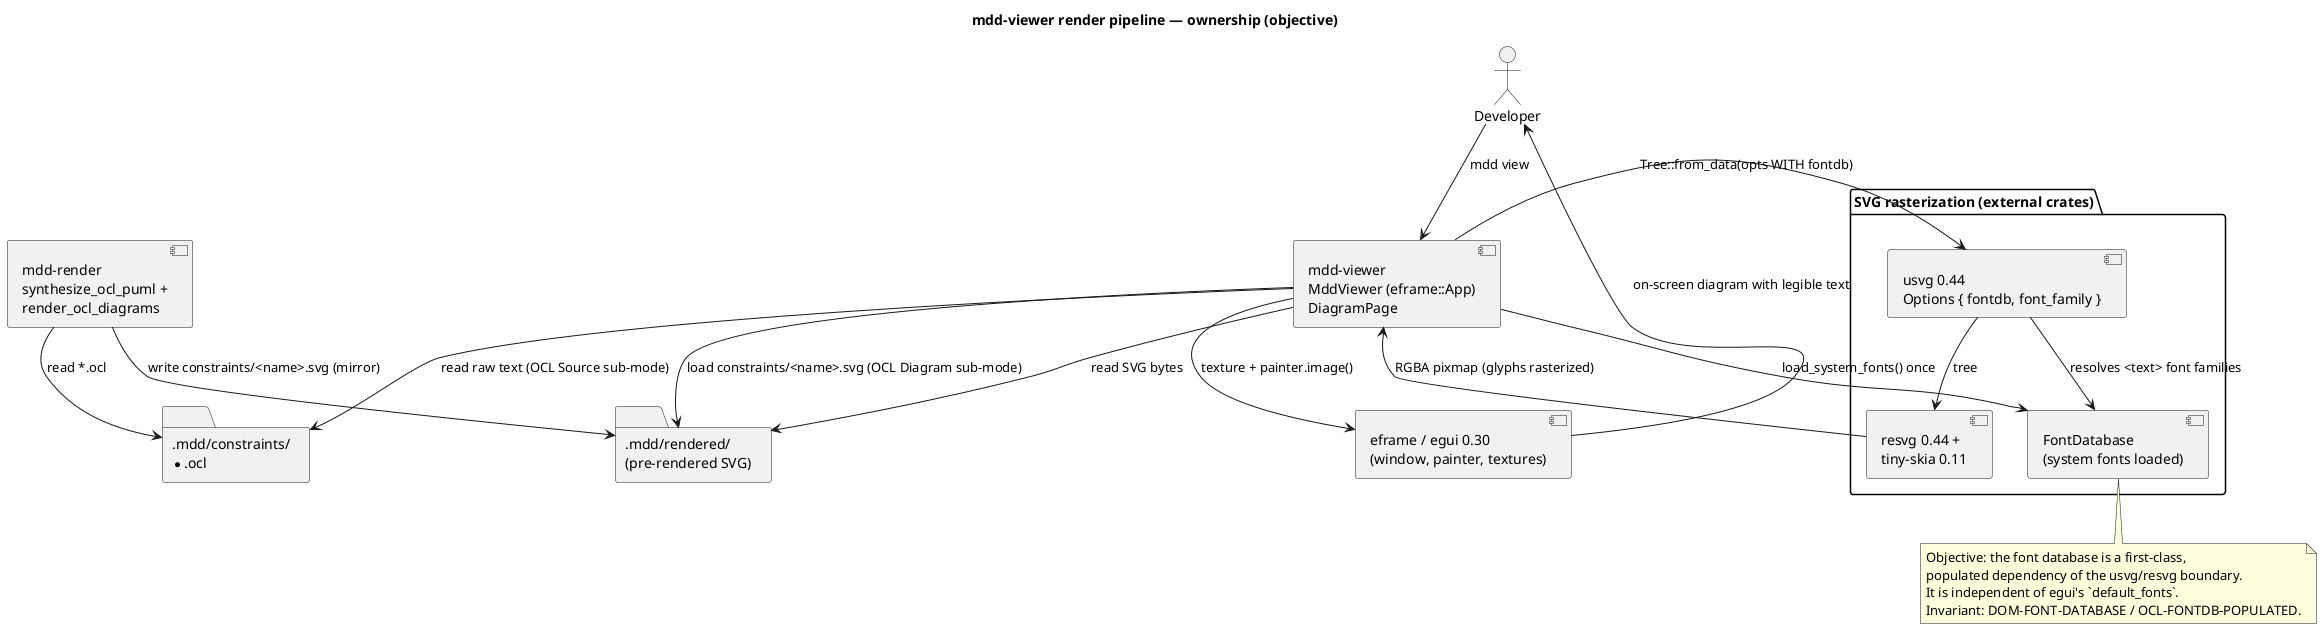
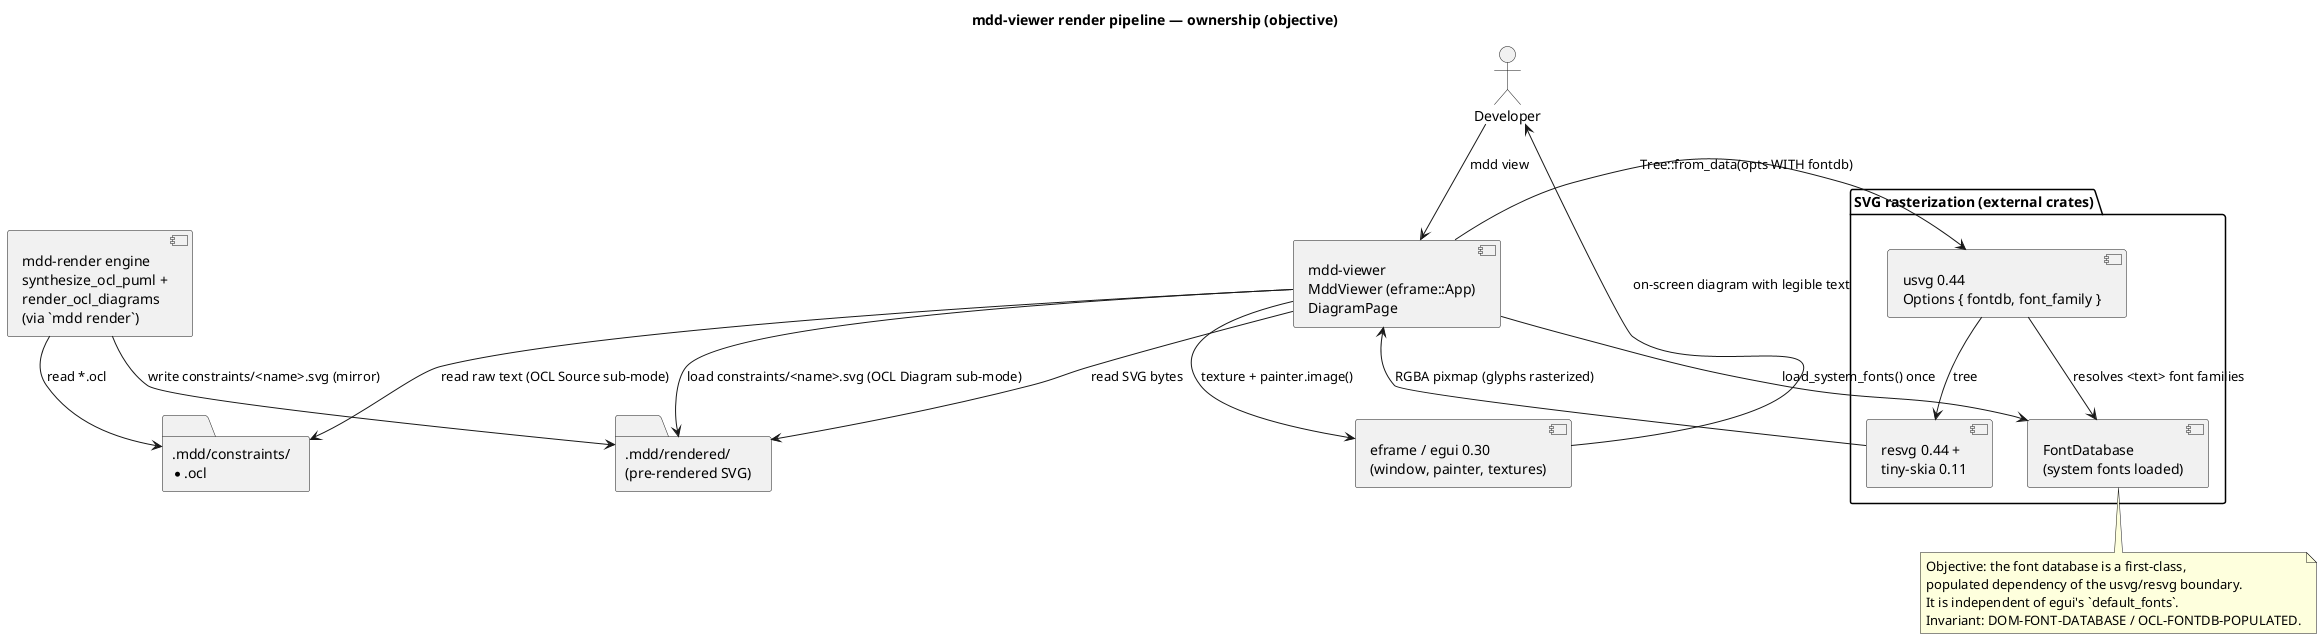
@startuml
' @id(CMP-VIEWER-RENDER-PIPELINE)
' @id(CMP-OCL-RENDER)
' @ref(USE-VIEW-DIAGRAMS)
' @ref(USE-VIEW-OCL)
+ ' @ref(DOM-RENDER-ENGINE)
' @desc(CMP-VIEWER-RENDER-PIPELINE, "mdd-viewer's pre-rendered-SVG consumer: reads SVG bytes and rasterizes them through usvg/resvg with a populated font database.")
- ' @desc(CMP-OCL-RENDER, "mdd-render OCL synthesizer: turns an .ocl file into a PlantUML constraints diagram and rasterizes it to the deterministic .mdd/rendered/constraints/<name>.svg mirror, like the cycle diff renderer.")
+ ' @desc(CMP-OCL-RENDER, "The mdd-render engine's OCL path (synthesize_ocl_puml + render_ocl_diagrams): turns each .ocl into a PlantUML constraints diagram and rasterizes it to the deterministic .mdd/rendered/constraints/<name>.svg mirror. OCL is one of the trees the single `mdd render` command covers, enumerated through the one mdd-core Project helper like every other tree (DOM-RENDER-ENGINE); the cycle close and the /mdd-render thin wrapper reach it via `mdd render`.")
' Objective-side component view: the font database is an explicit,
' populated dependency owned at the usvg boundary; OCL files get a
- ' synthesized constraints diagram via mdd-render.
+ ' synthesized constraints diagram from the mdd-render engine, produced
+ ' by the same `mdd render` command that covers every other tree.
title mdd-viewer render pipeline — ownership (objective)

actor "Developer" as Dev

component "mdd-viewer\nMddViewer (eframe::App)\nDiagramPage" as Viewer
folder ".mdd/rendered/\n(pre-rendered SVG)" as Rendered

package "SVG rasterization (external crates)" {
  component "usvg 0.44\nOptions { fontdb, font_family }" as Usvg
  component "FontDatabase\n(system fonts loaded)" as FontDb
  component "resvg 0.44 +\ntiny-skia 0.11" as Resvg
}
component "eframe / egui 0.30\n(window, painter, textures)" as Egui
- component "mdd-render\nsynthesize_ocl_puml +\nrender_ocl_diagrams" as OclRend
+ component "mdd-render engine\nsynthesize_ocl_puml +\nrender_ocl_diagrams\n(via `mdd render`)" as OclRend
folder ".mdd/constraints/\n*.ocl" as Ocl

Dev --> Viewer : mdd view
Viewer --> Rendered : read SVG bytes
OclRend --> Ocl : read *.ocl
OclRend --> Rendered : write constraints/<name>.svg (mirror)
Viewer --> Rendered : load constraints/<name>.svg (OCL Diagram sub-mode)
Viewer --> Ocl : read raw text (OCL Source sub-mode)
Viewer --> FontDb : load_system_fonts() once
Usvg --> FontDb : resolves <text> font families
Viewer --> Usvg : Tree::from_data(opts WITH fontdb)
Usvg --> Resvg : tree
Resvg --> Viewer : RGBA pixmap (glyphs rasterized)
Viewer --> Egui : texture + painter.image()
Egui --> Dev : on-screen diagram with legible text

note bottom of FontDb
  Objective: the font database is a first-class,
  populated dependency of the usvg/resvg boundary.
  It is independent of egui's `default_fonts`.
  Invariant: DOM-FONT-DATABASE / OCL-FONTDB-POPULATED.
end note
@enduml
